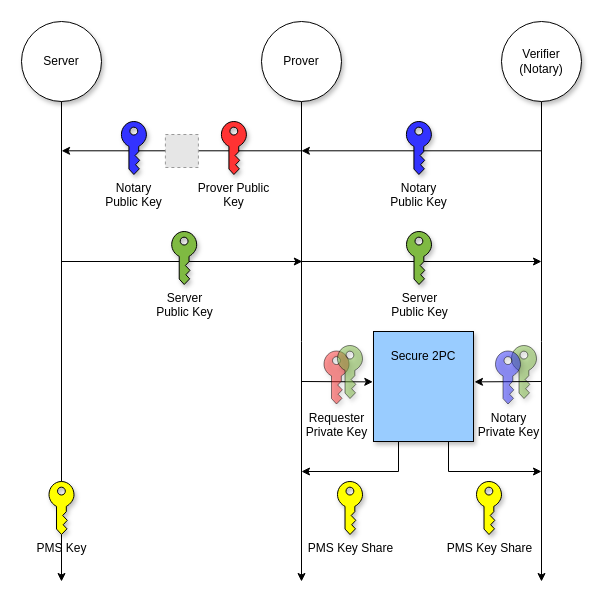
Before: diagrams/key_exchange.drawio in tlsnotary/docs-mdbook, a draw.io diagram. Source tidied: cells renumbered, new cells numbered last; positions are measured from the earlier drawing's top-left corner, leaving out a move shared by most shapes. Both pictures are drawn from the tidied source at 100%, with x=0, y=0 at pixel (21, 21). Pictures stored in the file or linked from it are replaced by grey dashed boxes.
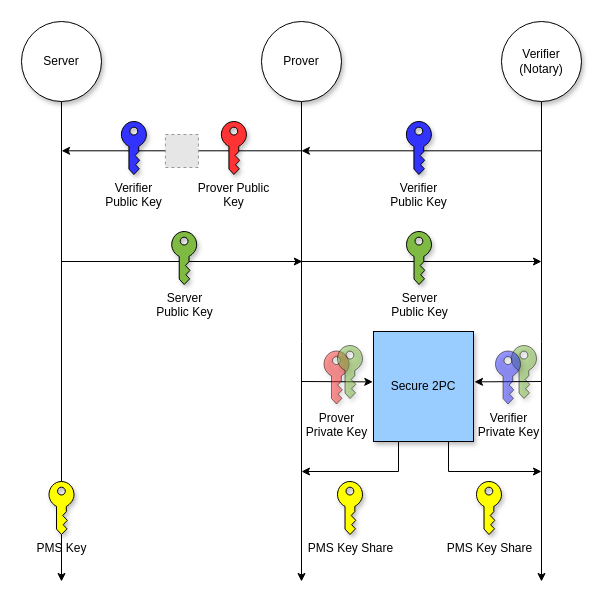
The same diagram, later.

The edit, as a diff of the source:
```diff
@@
-    <mxCell id="14" value="Notary&lt;br&gt;Public Key" style="sketch=0;shadow=1;dashed=0;html=1;strokeColor=default;labelPosition=center;verticalLabelPosition=bottom;verticalAlign=top;align=center;shape=mxgraph.office.security.key_permissions;fillColor=#3333FF;" parent="1" vertex="1">
+    <mxCell id="14" value="Verifier&lt;br&gt;Public Key" style="sketch=0;shadow=1;dashed=0;html=1;strokeColor=default;labelPosition=center;verticalLabelPosition=bottom;verticalAlign=top;align=center;shape=mxgraph.office.security.key_permissions;fillColor=#3333FF;" parent="1" vertex="1">
       <mxGeometry x="384.9" y="100" width="25" height="53" as="geometry" />
     </mxCell>
@@
-    <mxCell id="16" value="Notary&lt;br&gt;Public Key" style="sketch=0;shadow=1;dashed=0;html=1;strokeColor=default;labelPosition=center;verticalLabelPosition=bottom;verticalAlign=top;align=center;shape=mxgraph.office.security.key_permissions;fillColor=#3333FF;" parent="1" vertex="1">
+    <mxCell id="16" value="Verifier&lt;br&gt;Public Key" style="sketch=0;shadow=1;dashed=0;html=1;strokeColor=default;labelPosition=center;verticalLabelPosition=bottom;verticalAlign=top;align=center;shape=mxgraph.office.security.key_permissions;fillColor=#3333FF;" parent="1" vertex="1">
       <mxGeometry x="99.9" y="100" width="25" height="53" as="geometry" />
     </mxCell>
@@
-    <mxCell id="21" style="rounded=0;whiteSpace=wrap;html=1;shadow=1;sketch=0;strokeColor=#000000;fillColor=#99CCFF;" parent="1" vertex="1">
+    <mxCell id="21" value="Secure 2PC" style="rounded=0;whiteSpace=wrap;html=1;shadow=1;sketch=0;strokeColor=#000000;fillColor=#99CCFF;" parent="1" vertex="1">
       <mxGeometry x="352" y="310" width="100" height="110" as="geometry" />
     </mxCell>
-    <mxCell id="22" value="Secure 2PC" style="text;html=1;strokeColor=none;fillColor=none;align=center;verticalAlign=middle;whiteSpace=wrap;rounded=0;shadow=0;sketch=0;" parent="1" vertex="1">
-      <mxGeometry x="357" y="320" width="90" height="30" as="geometry" />
-    </mxCell>
@@
-    <mxCell id="27" value="Requester&lt;br&gt;Private Key" style="sketch=0;shadow=1;dashed=0;html=1;strokeColor=default;labelPosition=center;verticalLabelPosition=bottom;verticalAlign=top;align=center;shape=mxgraph.office.security.key_permissions;fillColor=#FF3333;opacity=50;" parent="1" vertex="1">
+    <mxCell id="27" value="Prover&lt;br&gt;Private Key" style="sketch=0;shadow=1;dashed=0;html=1;strokeColor=default;labelPosition=center;verticalLabelPosition=bottom;verticalAlign=top;align=center;shape=mxgraph.office.security.key_permissions;fillColor=#FF3333;opacity=50;" parent="1" vertex="1">
       <mxGeometry x="302.5" y="329.5" width="25" height="53" as="geometry" />
     </mxCell>
-    <mxCell id="28" value="Notary&lt;br&gt;Private Key" style="sketch=0;shadow=1;dashed=0;html=1;strokeColor=default;labelPosition=center;verticalLabelPosition=bottom;verticalAlign=top;align=center;shape=mxgraph.office.security.key_permissions;fillColor=#3333FF;opacity=50;" parent="1" vertex="1">
+    <mxCell id="28" value="Verifier&lt;br&gt;Private Key" style="sketch=0;shadow=1;dashed=0;html=1;strokeColor=default;labelPosition=center;verticalLabelPosition=bottom;verticalAlign=top;align=center;shape=mxgraph.office.security.key_permissions;fillColor=#3333FF;opacity=50;" parent="1" vertex="1">
       <mxGeometry x="474" y="329.5" width="25" height="53" as="geometry" />
     </mxCell>
```
